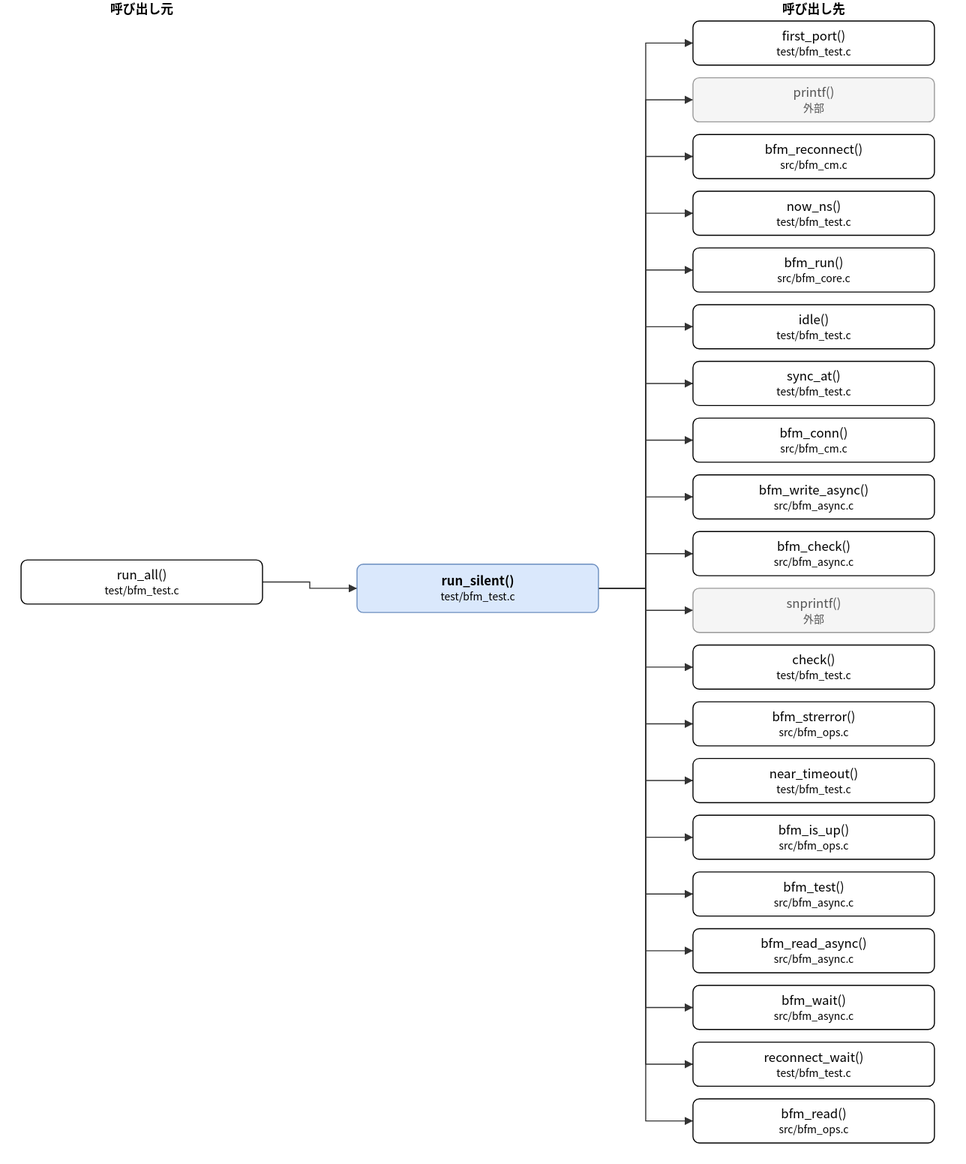
The draw.io diagram doc/spec/images/call_test_bfm_test-run_silent.drawio.svg in hf355051012-ai/bfmem, before a commit. Source tidied: cells renumbered, new cells last; positions are measured from the earlier drawing's top-left corner, leaving out a move shared by most shapes.
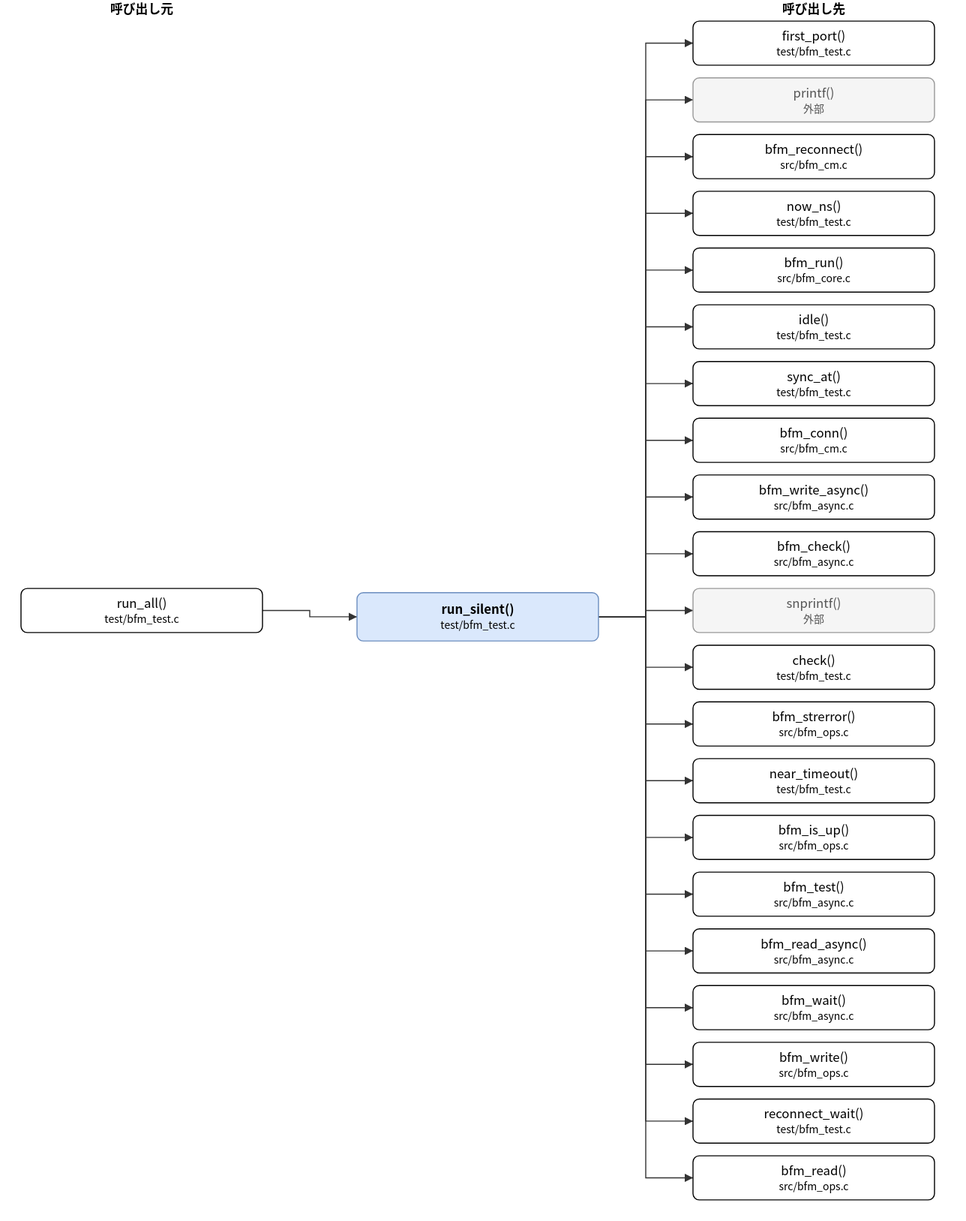
The same diagram one commit later.

What changed in the source:
```diff
@@ -3,10 +3,10 @@
     <mxCell id="0" />
     <mxCell id="1" parent="0" />
     <mxCell id="2" value="run_silent()&lt;br&gt;&lt;font style=&quot;font-size:10px&quot;&gt;test/bfm_test.c&lt;/font&gt;" style="rounded=1;whiteSpace=wrap;html=1;fillColor=#dae8fc;strokeColor=#6c8ebf;fontStyle=1;" parent="1" vertex="1">
-      <mxGeometry x="320" y="537" width="230" height="46" as="geometry" />
+      <mxGeometry x="320" y="564" width="230" height="46" as="geometry" />
     </mxCell>
     <mxCell id="3" value="run_all()&lt;br&gt;&lt;font style=&quot;font-size:10px&quot;&gt;test/bfm_test.c&lt;/font&gt;" style="rounded=1;whiteSpace=wrap;html=1;" parent="1" vertex="1">
-      <mxGeometry y="533" width="230" height="42" as="geometry" />
+      <mxGeometry y="560" width="230" height="42" as="geometry" />
     </mxCell>
     <mxCell id="4" value="first_port()&lt;br&gt;&lt;font style=&quot;font-size:10px&quot;&gt;test/bfm_test.c&lt;/font&gt;" style="rounded=1;whiteSpace=wrap;html=1;" parent="1" vertex="1">
       <mxGeometry x="640" y="20" width="230" height="42" as="geometry" />
@@ -62,24 +62,27 @@
     <mxCell id="21" value="bfm_wait()&lt;br&gt;&lt;font style=&quot;font-size:10px&quot;&gt;src/bfm_async.c&lt;/font&gt;" style="rounded=1;whiteSpace=wrap;html=1;" parent="1" vertex="1">
       <mxGeometry x="640" y="938" width="230" height="42" as="geometry" />
     </mxCell>
-    <mxCell id="22" value="reconnect_wait()&lt;br&gt;&lt;font style=&quot;font-size:10px&quot;&gt;test/bfm_test.c&lt;/font&gt;" style="rounded=1;whiteSpace=wrap;html=1;" parent="1" vertex="1">
+    <mxCell id="22" value="bfm_write()&lt;br&gt;&lt;font style=&quot;font-size:10px&quot;&gt;src/bfm_ops.c&lt;/font&gt;" style="rounded=1;whiteSpace=wrap;html=1;" parent="1" vertex="1">
       <mxGeometry x="640" y="992" width="230" height="42" as="geometry" />
     </mxCell>
-    <mxCell id="23" value="bfm_read()&lt;br&gt;&lt;font style=&quot;font-size:10px&quot;&gt;src/bfm_ops.c&lt;/font&gt;" style="rounded=1;whiteSpace=wrap;html=1;" parent="1" vertex="1">
+    <mxCell id="23" value="reconnect_wait()&lt;br&gt;&lt;font style=&quot;font-size:10px&quot;&gt;test/bfm_test.c&lt;/font&gt;" style="rounded=1;whiteSpace=wrap;html=1;" parent="1" vertex="1">
       <mxGeometry x="640" y="1046" width="230" height="42" as="geometry" />
     </mxCell>
+    <mxCell id="47" value="bfm_read()&lt;br&gt;&lt;font style=&quot;font-size:10px&quot;&gt;src/bfm_ops.c&lt;/font&gt;" style="rounded=1;whiteSpace=wrap;html=1;" parent="1" vertex="1">
+      <mxGeometry x="640" y="1100" width="230" height="42" as="geometry" />
+    </mxCell>
     <mxCell id="24" style="edgeStyle=none;html=1;rounded=0;endArrow=block;endFill=1;exitX=1.0000;exitY=0.5000;exitDx=0;exitDy=0;exitPerimeter=0;entryX=0.0000;entryY=0.5000;entryDx=0;entryDy=0;entryPerimeter=0;" parent="1" edge="1" source="3" target="2">
       <mxGeometry relative="1" as="geometry">
         <Array as="points">
-          <mxPoint x="275" y="554" />
-          <mxPoint x="275" y="560" />
+          <mxPoint x="275" y="581" />
+          <mxPoint x="275" y="587" />
         </Array>
       </mxGeometry>
     </mxCell>
     <mxCell id="25" style="edgeStyle=none;html=1;rounded=0;endArrow=block;endFill=1;exitX=1.0000;exitY=0.5000;exitDx=0;exitDy=0;exitPerimeter=0;entryX=0.0000;entryY=0.5000;entryDx=0;entryDy=0;entryPerimeter=0;" parent="1" edge="1" source="2" target="4">
       <mxGeometry relative="1" as="geometry">
         <Array as="points">
-          <mxPoint x="595" y="560" />
+          <mxPoint x="595" y="587" />
           <mxPoint x="595" y="41" />
         </Array>
       </mxGeometry>
@@ -87,7 +90,7 @@
     <mxCell id="26" style="edgeStyle=none;html=1;rounded=0;endArrow=block;endFill=1;exitX=1.0000;exitY=0.5000;exitDx=0;exitDy=0;exitPerimeter=0;entryX=0.0000;entryY=0.5000;entryDx=0;entryDy=0;entryPerimeter=0;" parent="1" edge="1" source="2" target="5">
       <mxGeometry relative="1" as="geometry">
         <Array as="points">
-          <mxPoint x="595" y="560" />
+          <mxPoint x="595" y="587" />
           <mxPoint x="595" y="95" />
         </Array>
       </mxGeometry>
@@ -95,7 +98,7 @@
     <mxCell id="27" style="edgeStyle=none;html=1;rounded=0;endArrow=block;endFill=1;exitX=1.0000;exitY=0.5000;exitDx=0;exitDy=0;exitPerimeter=0;entryX=0.0000;entryY=0.5000;entryDx=0;entryDy=0;entryPerimeter=0;" parent="1" edge="1" source="2" target="6">
       <mxGeometry relative="1" as="geometry">
         <Array as="points">
-          <mxPoint x="595" y="560" />
+          <mxPoint x="595" y="587" />
           <mxPoint x="595" y="149" />
         </Array>
       </mxGeometry>
@@ -103,7 +106,7 @@
     <mxCell id="28" style="edgeStyle=none;html=1;rounded=0;endArrow=block;endFill=1;exitX=1.0000;exitY=0.5000;exitDx=0;exitDy=0;exitPerimeter=0;entryX=0.0000;entryY=0.5000;entryDx=0;entryDy=0;entryPerimeter=0;" parent="1" edge="1" source="2" target="7">
       <mxGeometry relative="1" as="geometry">
         <Array as="points">
-          <mxPoint x="595" y="560" />
+          <mxPoint x="595" y="587" />
           <mxPoint x="595" y="203" />
         </Array>
       </mxGeometry>
@@ -111,7 +114,7 @@
     <mxCell id="29" style="edgeStyle=none;html=1;rounded=0;endArrow=block;endFill=1;exitX=1.0000;exitY=0.5000;exitDx=0;exitDy=0;exitPerimeter=0;entryX=0.0000;entryY=0.5000;entryDx=0;entryDy=0;entryPerimeter=0;" parent="1" edge="1" source="2" target="8">
       <mxGeometry relative="1" as="geometry">
         <Array as="points">
-          <mxPoint x="595" y="560" />
+          <mxPoint x="595" y="587" />
           <mxPoint x="595" y="257" />
         </Array>
       </mxGeometry>
@@ -119,7 +122,7 @@
     <mxCell id="30" style="edgeStyle=none;html=1;rounded=0;endArrow=block;endFill=1;exitX=1.0000;exitY=0.5000;exitDx=0;exitDy=0;exitPerimeter=0;entryX=0.0000;entryY=0.5000;entryDx=0;entryDy=0;entryPerimeter=0;" parent="1" edge="1" source="2" target="9">
       <mxGeometry relative="1" as="geometry">
         <Array as="points">
-          <mxPoint x="595" y="560" />
+          <mxPoint x="595" y="587" />
           <mxPoint x="595" y="311" />
         </Array>
       </mxGeometry>
@@ -127,7 +130,7 @@
     <mxCell id="31" style="edgeStyle=none;html=1;rounded=0;endArrow=block;endFill=1;exitX=1.0000;exitY=0.5000;exitDx=0;exitDy=0;exitPerimeter=0;entryX=0.0000;entryY=0.5000;entryDx=0;entryDy=0;entryPerimeter=0;" parent="1" edge="1" source="2" target="10">
       <mxGeometry relative="1" as="geometry">
         <Array as="points">
-          <mxPoint x="595" y="560" />
+          <mxPoint x="595" y="587" />
           <mxPoint x="595" y="365" />
         </Array>
       </mxGeometry>
@@ -135,7 +138,7 @@
     <mxCell id="32" style="edgeStyle=none;html=1;rounded=0;endArrow=block;endFill=1;exitX=1.0000;exitY=0.5000;exitDx=0;exitDy=0;exitPerimeter=0;entryX=0.0000;entryY=0.5000;entryDx=0;entryDy=0;entryPerimeter=0;" parent="1" edge="1" source="2" target="11">
       <mxGeometry relative="1" as="geometry">
         <Array as="points">
-          <mxPoint x="595" y="560" />
+          <mxPoint x="595" y="587" />
           <mxPoint x="595" y="419" />
         </Array>
       </mxGeometry>
@@ -143,7 +146,7 @@
     <mxCell id="33" style="edgeStyle=none;html=1;rounded=0;endArrow=block;endFill=1;exitX=1.0000;exitY=0.5000;exitDx=0;exitDy=0;exitPerimeter=0;entryX=0.0000;entryY=0.5000;entryDx=0;entryDy=0;entryPerimeter=0;" parent="1" edge="1" source="2" target="12">
       <mxGeometry relative="1" as="geometry">
         <Array as="points">
-          <mxPoint x="595" y="560" />
+          <mxPoint x="595" y="587" />
           <mxPoint x="595" y="473" />
         </Array>
       </mxGeometry>
@@ -151,7 +154,7 @@
     <mxCell id="34" style="edgeStyle=none;html=1;rounded=0;endArrow=block;endFill=1;exitX=1.0000;exitY=0.5000;exitDx=0;exitDy=0;exitPerimeter=0;entryX=0.0000;entryY=0.5000;entryDx=0;entryDy=0;entryPerimeter=0;" parent="1" edge="1" source="2" target="13">
       <mxGeometry relative="1" as="geometry">
         <Array as="points">
-          <mxPoint x="595" y="560" />
+          <mxPoint x="595" y="587" />
           <mxPoint x="595" y="527" />
         </Array>
       </mxGeometry>
@@ -159,7 +162,7 @@
     <mxCell id="35" style="edgeStyle=none;html=1;rounded=0;endArrow=block;endFill=1;exitX=1.0000;exitY=0.5000;exitDx=0;exitDy=0;exitPerimeter=0;entryX=0.0000;entryY=0.5000;entryDx=0;entryDy=0;entryPerimeter=0;" parent="1" edge="1" source="2" target="14">
       <mxGeometry relative="1" as="geometry">
         <Array as="points">
-          <mxPoint x="595" y="560" />
+          <mxPoint x="595" y="587" />
           <mxPoint x="595" y="581" />
         </Array>
       </mxGeometry>
@@ -167,7 +170,7 @@
     <mxCell id="36" style="edgeStyle=none;html=1;rounded=0;endArrow=block;endFill=1;exitX=1.0000;exitY=0.5000;exitDx=0;exitDy=0;exitPerimeter=0;entryX=0.0000;entryY=0.5000;entryDx=0;entryDy=0;entryPerimeter=0;" parent="1" edge="1" source="2" target="15">
       <mxGeometry relative="1" as="geometry">
         <Array as="points">
-          <mxPoint x="595" y="560" />
+          <mxPoint x="595" y="587" />
           <mxPoint x="595" y="635" />
         </Array>
       </mxGeometry>
@@ -175,7 +178,7 @@
     <mxCell id="37" style="edgeStyle=none;html=1;rounded=0;endArrow=block;endFill=1;exitX=1.0000;exitY=0.5000;exitDx=0;exitDy=0;exitPerimeter=0;entryX=0.0000;entryY=0.5000;entryDx=0;entryDy=0;entryPerimeter=0;" parent="1" edge="1" source="2" target="16">
       <mxGeometry relative="1" as="geometry">
         <Array as="points">
-          <mxPoint x="595" y="560" />
+          <mxPoint x="595" y="587" />
           <mxPoint x="595" y="689" />
         </Array>
       </mxGeometry>
@@ -183,7 +186,7 @@
     <mxCell id="38" style="edgeStyle=none;html=1;rounded=0;endArrow=block;endFill=1;exitX=1.0000;exitY=0.5000;exitDx=0;exitDy=0;exitPerimeter=0;entryX=0.0000;entryY=0.5000;entryDx=0;entryDy=0;entryPerimeter=0;" parent="1" edge="1" source="2" target="17">
       <mxGeometry relative="1" as="geometry">
         <Array as="points">
-          <mxPoint x="595" y="560" />
+          <mxPoint x="595" y="587" />
           <mxPoint x="595" y="743" />
         </Array>
       </mxGeometry>
@@ -191,7 +194,7 @@
     <mxCell id="39" style="edgeStyle=none;html=1;rounded=0;endArrow=block;endFill=1;exitX=1.0000;exitY=0.5000;exitDx=0;exitDy=0;exitPerimeter=0;entryX=0.0000;entryY=0.5000;entryDx=0;entryDy=0;entryPerimeter=0;" parent="1" edge="1" source="2" target="18">
       <mxGeometry relative="1" as="geometry">
         <Array as="points">
-          <mxPoint x="595" y="560" />
+          <mxPoint x="595" y="587" />
           <mxPoint x="595" y="797" />
         </Array>
       </mxGeometry>
@@ -199,7 +202,7 @@
     <mxCell id="40" style="edgeStyle=none;html=1;rounded=0;endArrow=block;endFill=1;exitX=1.0000;exitY=0.5000;exitDx=0;exitDy=0;exitPerimeter=0;entryX=0.0000;entryY=0.5000;entryDx=0;entryDy=0;entryPerimeter=0;" parent="1" edge="1" source="2" target="19">
       <mxGeometry relative="1" as="geometry">
         <Array as="points">
-          <mxPoint x="595" y="560" />
+          <mxPoint x="595" y="587" />
           <mxPoint x="595" y="851" />
         </Array>
       </mxGeometry>
@@ -207,7 +210,7 @@
     <mxCell id="41" style="edgeStyle=none;html=1;rounded=0;endArrow=block;endFill=1;exitX=1.0000;exitY=0.5000;exitDx=0;exitDy=0;exitPerimeter=0;entryX=0.0000;entryY=0.5000;entryDx=0;entryDy=0;entryPerimeter=0;" parent="1" edge="1" source="2" target="20">
       <mxGeometry relative="1" as="geometry">
         <Array as="points">
-          <mxPoint x="595" y="560" />
+          <mxPoint x="595" y="587" />
           <mxPoint x="595" y="905" />
         </Array>
       </mxGeometry>
@@ -215,7 +218,7 @@
     <mxCell id="42" style="edgeStyle=none;html=1;rounded=0;endArrow=block;endFill=1;exitX=1.0000;exitY=0.5000;exitDx=0;exitDy=0;exitPerimeter=0;entryX=0.0000;entryY=0.5000;entryDx=0;entryDy=0;entryPerimeter=0;" parent="1" edge="1" source="2" target="21">
       <mxGeometry relative="1" as="geometry">
         <Array as="points">
-          <mxPoint x="595" y="560" />
+          <mxPoint x="595" y="587" />
           <mxPoint x="595" y="959" />
         </Array>
       </mxGeometry>
@@ -223,7 +226,7 @@
     <mxCell id="43" style="edgeStyle=none;html=1;rounded=0;endArrow=block;endFill=1;exitX=1.0000;exitY=0.5000;exitDx=0;exitDy=0;exitPerimeter=0;entryX=0.0000;entryY=0.5000;entryDx=0;entryDy=0;entryPerimeter=0;" parent="1" edge="1" source="2" target="22">
       <mxGeometry relative="1" as="geometry">
         <Array as="points">
-          <mxPoint x="595" y="560" />
+          <mxPoint x="595" y="587" />
           <mxPoint x="595" y="1013" />
         </Array>
       </mxGeometry>
@@ -231,11 +234,19 @@
     <mxCell id="44" style="edgeStyle=none;html=1;rounded=0;endArrow=block;endFill=1;exitX=1.0000;exitY=0.5000;exitDx=0;exitDy=0;exitPerimeter=0;entryX=0.0000;entryY=0.5000;entryDx=0;entryDy=0;entryPerimeter=0;" parent="1" edge="1" source="2" target="23">
       <mxGeometry relative="1" as="geometry">
         <Array as="points">
-          <mxPoint x="595" y="560" />
+          <mxPoint x="595" y="587" />
           <mxPoint x="595" y="1067" />
         </Array>
       </mxGeometry>
     </mxCell>
+    <mxCell id="48" style="edgeStyle=none;html=1;rounded=0;endArrow=block;endFill=1;exitX=1.0000;exitY=0.5000;exitDx=0;exitDy=0;exitPerimeter=0;entryX=0.0000;entryY=0.5000;entryDx=0;entryDy=0;entryPerimeter=0;" parent="1" edge="1" source="2" target="47">
+      <mxGeometry relative="1" as="geometry">
+        <Array as="points">
+          <mxPoint x="595" y="587" />
+          <mxPoint x="595" y="1121" />
+        </Array>
+      </mxGeometry>
+    </mxCell>
     <mxCell id="45" value="呼び出し元" style="text;html=1;align=center;fontStyle=1;" parent="1" vertex="1">
       <mxGeometry x="35" width="160" height="18" as="geometry" />
     </mxCell>
```
